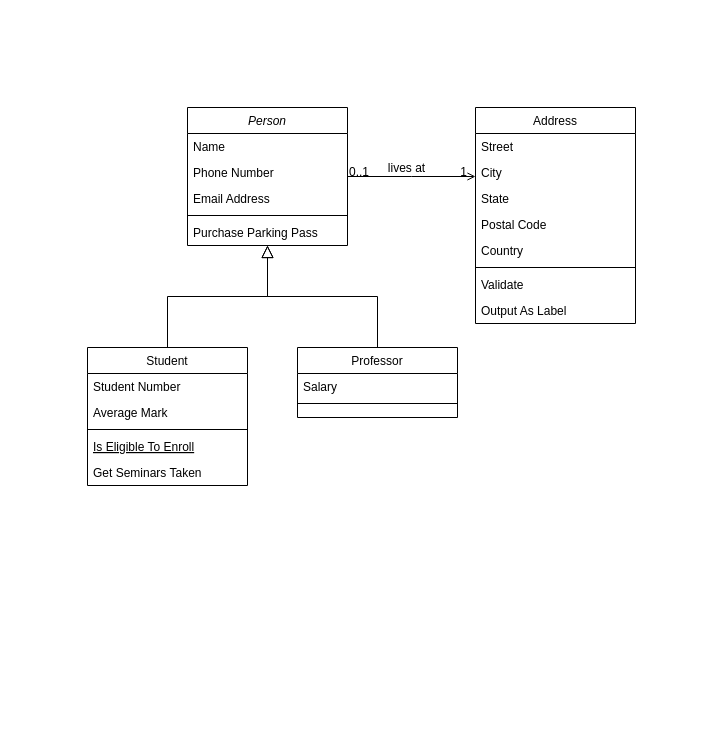
svoyakovav/diagrams keeps this draw.io diagram as Ciska/Учет ЭЦП/Untitled Diagram.drawio. Above is the earlier version. Source tidied: cells renumbered, new cells numbered last; positions are measured from the earlier drawing's top-left corner, leaving out a move shared by most shapes. Both pictures are drawn from the tidied source at 100%, with x=0, y=0 at pixel (87, 107).
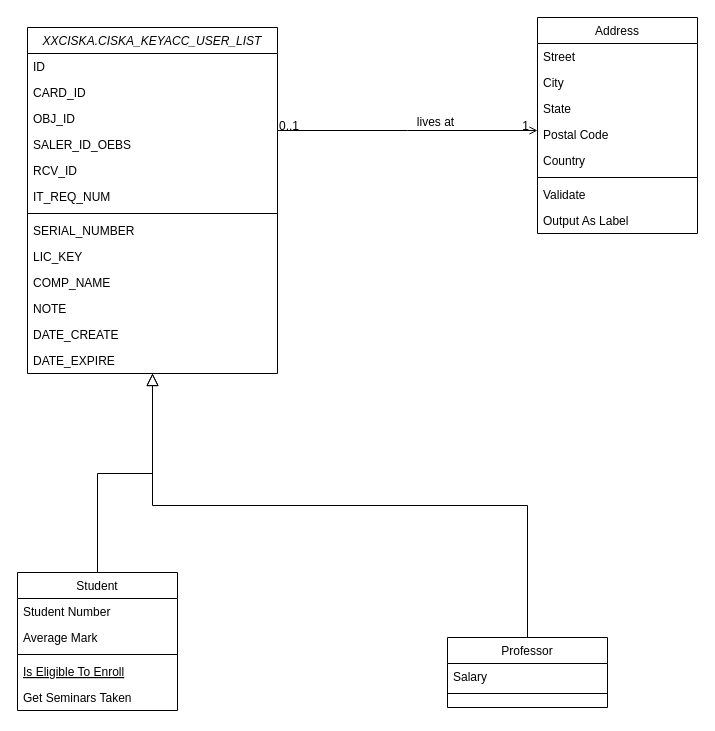
Above is the later version.

Diff of the diagram source:
```diff
@@
-    <mxCell id="2" value="Person" style="swimlane;fontStyle=2;align=center;verticalAlign=top;horizontal=1;startSize=26;rounded=0;shadow=0;strokeWidth=1;" parent="1" vertex="1">
-      <mxGeometry x="100" width="160" height="138" as="geometry" />
+    <mxCell id="2" value="XXCISKA.CISKA_KEYACC_USER_LIST" style="swimlane;fontStyle=2;align=center;verticalAlign=top;horizontal=1;startSize=26;rounded=0;shadow=0;strokeWidth=1;" parent="1" vertex="1">
+      <mxGeometry x="-60" y="-80" width="250" height="346" as="geometry" />
     </mxCell>
-    <mxCell id="3" value="Name" style="text;align=left;verticalAlign=top;spacingLeft=4;spacingRight=4;overflow=hidden;" parent="2" vertex="1">
-      <mxGeometry y="26" width="160" height="26" as="geometry" />
+    <mxCell id="3" value="ID" style="text;align=left;verticalAlign=top;spacingLeft=4;spacingRight=4;overflow=hidden;" parent="2" vertex="1">
+      <mxGeometry y="26" width="250" height="26" as="geometry" />
     </mxCell>
-    <mxCell id="4" value="Phone Number" style="text;align=left;verticalAlign=top;spacingLeft=4;spacingRight=4;overflow=hidden;rounded=0;shadow=0;html=0;" parent="2" vertex="1">
-      <mxGeometry y="52" width="160" height="26" as="geometry" />
+    <mxCell id="4" value="CARD_ID" style="text;align=left;verticalAlign=top;spacingLeft=4;spacingRight=4;overflow=hidden;rounded=0;shadow=0;html=0;" parent="2" vertex="1">
+      <mxGeometry y="52" width="250" height="26" as="geometry" />
     </mxCell>
+    <mxCell id="7" value="OBJ_ID" style="text;align=left;verticalAlign=top;spacingLeft=4;spacingRight=4;overflow=hidden;" parent="2" vertex="1">
+      <mxGeometry y="78" width="250" height="26" as="geometry" />
+    </mxCell>
+    <mxCell id="32" value="SALER_ID_OEBS" style="text;align=left;verticalAlign=top;spacingLeft=4;spacingRight=4;overflow=hidden;rounded=0;shadow=0;html=0;" parent="2" vertex="1">
+      <mxGeometry y="104" width="250" height="26" as="geometry" />
+    </mxCell>
+    <mxCell id="33" value="RCV_ID" style="text;align=left;verticalAlign=top;spacingLeft=4;spacingRight=4;overflow=hidden;rounded=0;shadow=0;html=0;" parent="2" vertex="1">
+      <mxGeometry y="130" width="250" height="26" as="geometry" />
+    </mxCell>
+    <mxCell id="34" value="IT_REQ_NUM" style="text;align=left;verticalAlign=top;spacingLeft=4;spacingRight=4;overflow=hidden;rounded=0;shadow=0;html=0;" parent="2" vertex="1">
+      <mxGeometry y="156" width="250" height="26" as="geometry" />
+    </mxCell>
+    <mxCell id="6" style="line;html=1;strokeWidth=1;align=left;verticalAlign=middle;spacingTop=-1;spacingLeft=3;spacingRight=3;labelPosition=right;" parent="2" vertex="1">
+      <mxGeometry y="182" width="250" height="8" as="geometry" />
+    </mxCell>
+    <mxCell id="35" value="SERIAL_NUMBER" style="text;align=left;verticalAlign=top;spacingLeft=4;spacingRight=4;overflow=hidden;" parent="2" vertex="1">
+      <mxGeometry y="190" width="250" height="26" as="geometry" />
+    </mxCell>
+    <mxCell id="36" value="LIC_KEY" style="text;align=left;verticalAlign=top;spacingLeft=4;spacingRight=4;overflow=hidden;" parent="2" vertex="1">
+      <mxGeometry y="216" width="250" height="26" as="geometry" />
+    </mxCell>
-    <mxCell id="5" value="Email Address" style="text;align=left;verticalAlign=top;spacingLeft=4;spacingRight=4;overflow=hidden;rounded=0;shadow=0;html=0;" parent="2" vertex="1">
-      <mxGeometry y="78" width="160" height="26" as="geometry" />
+    <mxCell id="5" value="COMP_NAME" style="text;align=left;verticalAlign=top;spacingLeft=4;spacingRight=4;overflow=hidden;rounded=0;shadow=0;html=0;" parent="2" vertex="1">
+      <mxGeometry y="242" width="250" height="26" as="geometry" />
     </mxCell>
-    <mxCell id="6" style="line;html=1;strokeWidth=1;align=left;verticalAlign=middle;spacingTop=-1;spacingLeft=3;spacingRight=3;labelPosition=right;" parent="2" vertex="1">
-      <mxGeometry y="104" width="160" height="8" as="geometry" />
-    </mxCell>
-    <mxCell id="7" value="Purchase Parking Pass" style="text;align=left;verticalAlign=top;spacingLeft=4;spacingRight=4;overflow=hidden;" parent="2" vertex="1">
-      <mxGeometry y="112" width="160" height="26" as="geometry" />
-    </mxCell>
+    <mxCell id="37" value="NOTE" style="text;align=left;verticalAlign=top;spacingLeft=4;spacingRight=4;overflow=hidden;rounded=0;shadow=0;html=0;" parent="2" vertex="1">
+      <mxGeometry y="268" width="250" height="26" as="geometry" />
+    </mxCell>
+    <mxCell id="38" value="DATE_CREATE" style="text;align=left;verticalAlign=top;spacingLeft=4;spacingRight=4;overflow=hidden;rounded=0;shadow=0;html=0;" parent="2" vertex="1">
+      <mxGeometry y="294" width="250" height="26" as="geometry" />
+    </mxCell>
+    <mxCell id="39" value="DATE_EXPIRE" style="text;align=left;verticalAlign=top;spacingLeft=4;spacingRight=4;overflow=hidden;rounded=0;shadow=0;html=0;" parent="2" vertex="1">
+      <mxGeometry y="320" width="250" height="26" as="geometry" />
+    </mxCell>
     <mxCell id="8" value="Student" style="swimlane;fontStyle=0;align=center;verticalAlign=top;horizontal=1;startSize=26;rounded=0;shadow=0;strokeWidth=1;" parent="1" vertex="1">
-      <mxGeometry y="240" width="160" height="138" as="geometry" />
+      <mxGeometry x="-70" y="465" width="160" height="138" as="geometry" />
     </mxCell>
@@
     <mxCell id="15" value="Professor" style="swimlane;fontStyle=0;align=center;verticalAlign=top;horizontal=1;startSize=26;rounded=0;shadow=0;strokeWidth=1;" parent="1" vertex="1">
-      <mxGeometry x="210" y="240" width="160" height="70" as="geometry" />
+      <mxGeometry x="360" y="530" width="160" height="70" as="geometry" />
     </mxCell>
@@
     <mxCell id="19" value="Address" style="swimlane;fontStyle=0;align=center;verticalAlign=top;horizontal=1;startSize=26;rounded=0;shadow=0;strokeWidth=1;" parent="1" vertex="1">
-      <mxGeometry x="388" width="160" height="216" as="geometry" />
+      <mxGeometry x="450" y="-90" width="160" height="216" as="geometry" />
     </mxCell>
```
